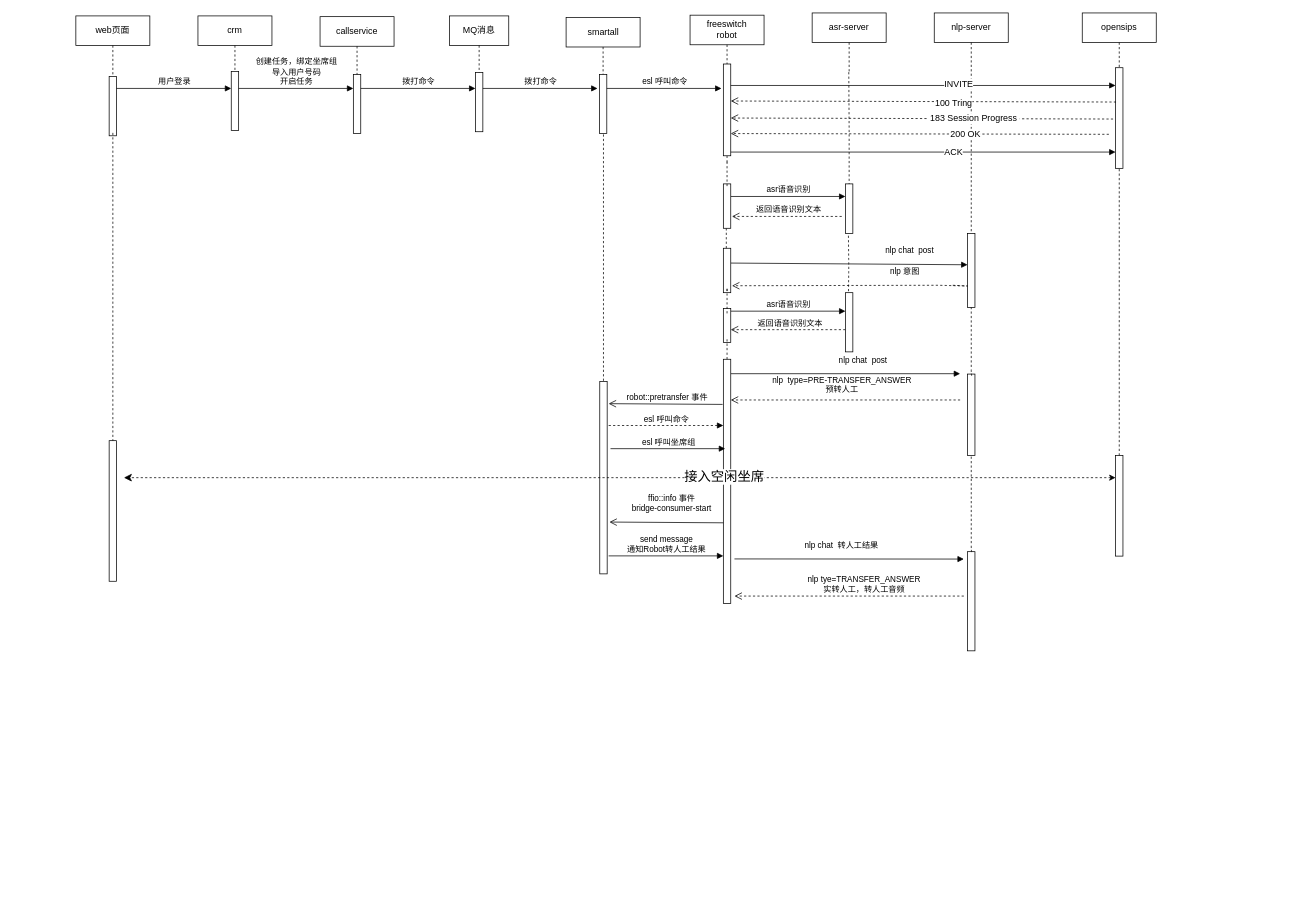
Earlier version of the draw.io diagram Untitled Diagram.drawio (shfguan/mygit). Source tidied: cells renumbered, new cells numbered last; positions are measured from the earlier drawing's top-left corner, leaving out a move shared by most shapes. Both pictures are drawn from the tidied source at 74%, with x=0, y=0 at pixel (75, 13).
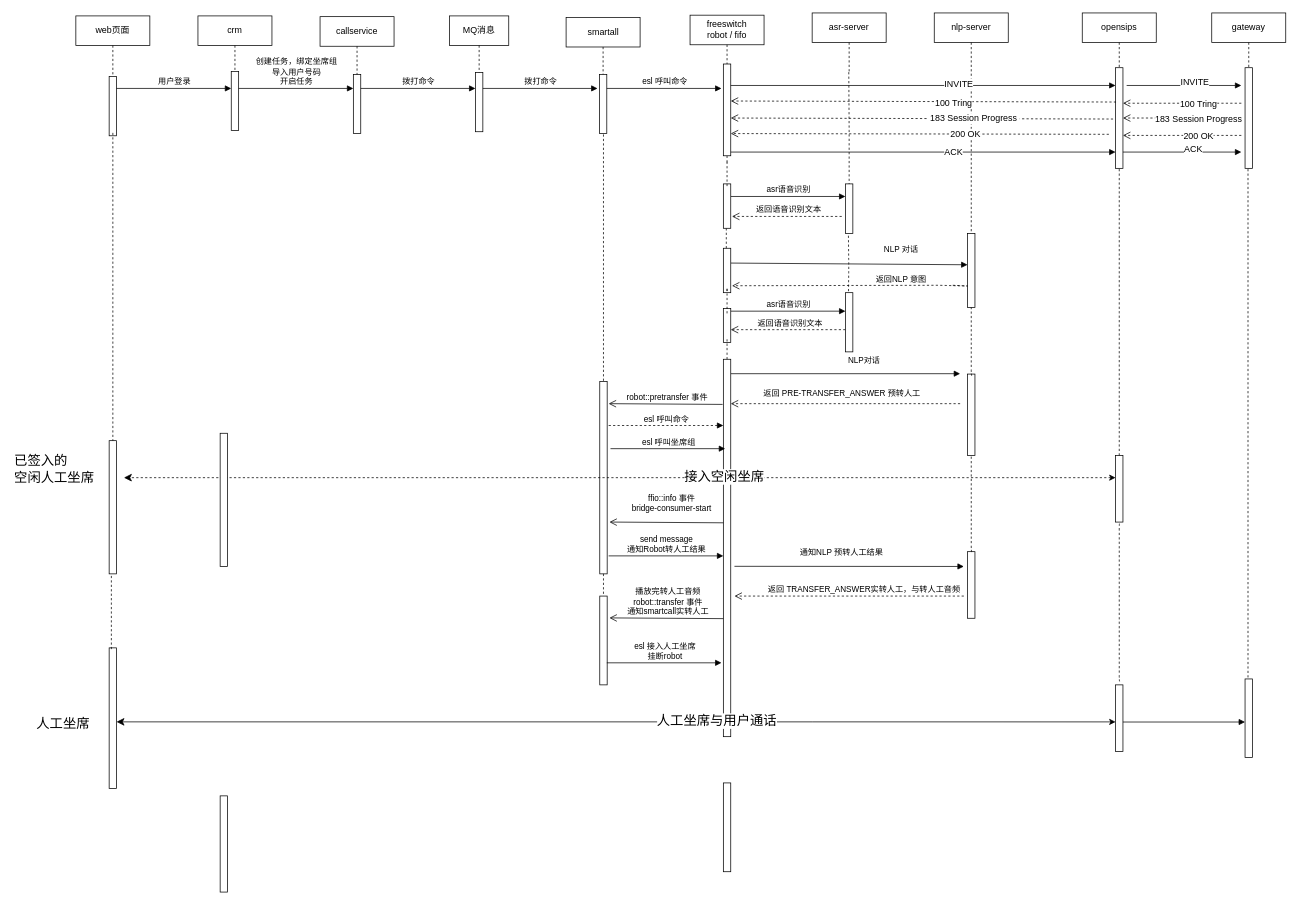
After the change.

The change refers to these unchanged cells:
```xml
<mxCell id="24" style="html=1;points=[];perimeter=orthogonalPerimeter;" parent="1" vertex="1">
  <mxGeometry x="1205" y="298" width="10" height="100" as="geometry" />
</mxCell>
<mxCell id="37" style="html=1;points=[];perimeter=orthogonalPerimeter;" parent="1" vertex="1">
  <mxGeometry x="875" y="318" width="10" height="60" as="geometry" />
</mxCell>
```

The edit, as a diff of the source:
```diff
@@
-    <mxCell id="3" value="freeswitch&lt;br&gt;robot&lt;br&gt;" style="shape=umlLifeline;perimeter=lifelinePerimeter;whiteSpace=wrap;html=1;" parent="1" vertex="1">
+    <mxCell id="3" value="freeswitch&lt;br&gt;robot / fifo&lt;br&gt;" style="shape=umlLifeline;perimeter=lifelinePerimeter;whiteSpace=wrap;html=1;" parent="1" vertex="1">
       <mxGeometry x="830" y="3" width="100" height="201" as="geometry" />
     </mxCell>
@@
-    <mxCell id="16" value="用户登录" style="html=1;verticalAlign=bottom;endArrow=block;" parent="1" edge="1">
+    <mxCell id="16" value="用户登录&lt;br&gt;" style="html=1;verticalAlign=bottom;endArrow=block;" parent="1" edge="1">
       <mxGeometry relative="1" as="geometry">
         <mxPoint x="55" y="102" as="sourcePoint" />
         <mxPoint x="210" y="102" as="targetPoint" />
       </mxGeometry>
     </mxCell>
@@
-    <mxCell id="29" value="nlp chat &amp;nbsp;post&amp;nbsp;" style="html=1;verticalAlign=bottom;endArrow=block;entryX=0;entryY=0.423;entryDx=0;entryDy=0;entryPerimeter=0;" parent="1" edge="1" target="24">
-      <mxGeometry x="0.52" y="10" relative="1" as="geometry">
+    <mxCell id="29" value="NLP 对话" style="html=1;verticalAlign=bottom;endArrow=block;entryX=0;entryY=0.423;entryDx=0;entryDy=0;entryPerimeter=0;" parent="1" edge="1" target="24">
+      <mxGeometry x="0.44" y="11" relative="1" as="geometry">
         <mxPoint x="885" y="338" as="sourcePoint" />
       </mxGeometry>
     </mxCell>
-    <mxCell id="30" value="nlp 意图" style="html=1;verticalAlign=bottom;endArrow=open;endSize=8;rounded=0;dashed=1;entryX=1.167;entryY=0.844;entryDx=0;entryDy=0;entryPerimeter=0;" parent="1" edge="1" target="37">
-      <mxGeometry x="-0.38" y="-10" relative="1" as="geometry">
+    <mxCell id="30" value="返回NLP 意图" style="html=1;verticalAlign=bottom;endArrow=open;endSize=8;rounded=0;dashed=1;entryX=1.167;entryY=0.844;entryDx=0;entryDy=0;entryPerimeter=0;" parent="1" edge="1" target="37">
+      <mxGeometry x="-0.35" y="1" relative="1" as="geometry">
         <mxPoint x="1185" y="368" as="sourcePoint" />
         <Array as="points">
           <mxPoint x="1205" y="369" />
           <mxPoint x="1165" y="368" />
         </Array>
       </mxGeometry>
     </mxCell>
@@
-    <mxCell id="33" value="nlp chat &amp;nbsp;post&amp;nbsp;" style="html=1;verticalAlign=bottom;endArrow=block;" parent="1" edge="1">
+    <mxCell id="33" value="NLP对话" style="html=1;verticalAlign=bottom;endArrow=block;" parent="1" edge="1">
       <mxGeometry x="0.16" y="10" relative="1" as="geometry">
         <mxPoint x="885" y="487.5" as="sourcePoint" />
         <mxPoint x="1195" y="487.5" as="targetPoint" />
       </mxGeometry>
     </mxCell>
@@
     <mxCell id="41" style="html=1;points=[];perimeter=orthogonalPerimeter;" parent="1" vertex="1">
-      <mxGeometry x="875" y="468" width="10" height="330" as="geometry" />
+      <mxGeometry x="875" y="468" width="10" height="510" as="geometry" />
     </mxCell>
@@
-    <mxCell id="43" value="nlp &amp;nbsp;type=PRE-TRANSFER_ANSWER&lt;br&gt;预转人工&lt;br&gt;" style="html=1;verticalAlign=bottom;endArrow=open;endSize=8;rounded=0;dashed=1;" parent="1" edge="1">
+    <mxCell id="43" value="返回 PRE-TRANSFER_ANSWER 预转人工&lt;br&gt;" style="html=1;verticalAlign=bottom;endArrow=open;endSize=8;rounded=0;dashed=1;" parent="1" edge="1">
       <mxGeometry x="0.03" y="-5" relative="1" as="geometry">
-        <mxPoint x="1195" y="523" as="sourcePoint" />
-        <mxPoint x="885" y="523" as="targetPoint" />
+        <mxPoint x="1195" y="528" as="sourcePoint" />
+        <mxPoint x="885" y="528" as="targetPoint" />
       </mxGeometry>
     </mxCell>
     <mxCell id="44" style="html=1;points=[];perimeter=orthogonalPerimeter;" parent="1" vertex="1">
-      <mxGeometry x="45" y="578" width="10" height="190" as="geometry" />
+      <mxGeometry x="45" y="578" width="10" height="180" as="geometry" />
     </mxCell>
@@
     <mxCell id="63" style="html=1;points=[];perimeter=orthogonalPerimeter;" parent="1" vertex="1">
-      <mxGeometry x="1405" y="598" width="10" height="136" as="geometry" />
+      <mxGeometry x="1405" y="598" width="10" height="90" as="geometry" />
     </mxCell>
@@
     <mxCell id="69" style="html=1;perimeter=orthogonalPerimeter;" parent="1" vertex="1">
-      <mxGeometry x="1205" y="728" width="10" height="134" as="geometry" />
+      <mxGeometry x="1205" y="728" width="10" height="90" as="geometry" />
     </mxCell>
@@
-    <mxCell id="71" value="nlp chat &amp;nbsp;转人工结果&amp;nbsp;" style="html=1;verticalAlign=bottom;endArrow=block;" parent="1" edge="1">
+    <mxCell id="71" value="通知NLP 预转人工结果&amp;nbsp;" style="html=1;verticalAlign=bottom;endArrow=block;" parent="1" edge="1">
       <mxGeometry x="-0.06" y="10" relative="1" as="geometry">
-        <mxPoint x="890" y="737.8" as="sourcePoint" />
-        <mxPoint x="1200" y="738" as="targetPoint" />
+        <mxPoint x="890" y="747.8" as="sourcePoint" />
+        <mxPoint x="1200" y="748" as="targetPoint" />
       </mxGeometry>
     </mxCell>
-    <mxCell id="72" value="nlp tye=&lt;span&gt;TRANSFER_ANSWER&lt;br&gt;实转人工，转人工音频&lt;br&gt;&lt;/span&gt;" style="html=1;verticalAlign=bottom;endArrow=open;endSize=8;rounded=0;dashed=1;" parent="1" edge="1">
+    <mxCell id="72" value="&lt;span&gt;返回 TRANSFER_ANSWER实转人工，与转人工音频&lt;br&gt;&lt;/span&gt;" style="html=1;verticalAlign=bottom;endArrow=open;endSize=8;rounded=0;dashed=1;" parent="1" edge="1">
       <mxGeometry x="-0.13" relative="1" as="geometry">
         <mxPoint x="1200" y="788" as="sourcePoint" />
         <mxPoint x="890" y="788" as="targetPoint" />
       </mxGeometry>
     </mxCell>
+    <mxCell id="73" value="播放完转人工音频&lt;br&gt;robot::transfer 事件&lt;br&gt;通知smartcall实转人工&lt;br&gt;" style="html=1;verticalAlign=bottom;endArrow=open;endSize=8;rounded=0;entryX=1.3;entryY=0.69;entryDx=0;entryDy=0;entryPerimeter=0;" parent="1" edge="1">
+      <mxGeometry x="-0.03" relative="1" as="geometry">
+        <mxPoint x="875" y="818.5" as="sourcePoint" />
+        <mxPoint x="721" y="817.5" as="targetPoint" />
+      </mxGeometry>
+    </mxCell>
+    <mxCell id="74" style="html=1;perimeter=orthogonalPerimeter;" parent="1" vertex="1">
+      <mxGeometry x="708" y="788" width="10" height="120" as="geometry" />
+    </mxCell>
+    <mxCell id="75" value="esl 接入人工坐席&lt;br&gt;挂断robot&lt;br&gt;" style="html=1;verticalAlign=bottom;endArrow=block;" parent="1" edge="1">
+      <mxGeometry relative="1" as="geometry">
+        <mxPoint x="717.5" y="878.2" as="sourcePoint" />
+        <mxPoint x="872.5" y="878.2" as="targetPoint" />
+      </mxGeometry>
+    </mxCell>
+    <mxCell id="76" style="html=1;points=[];perimeter=orthogonalPerimeter;" parent="1" vertex="1">
+      <mxGeometry x="45" y="858" width="10" height="190" as="geometry" />
+    </mxCell>
+    <mxCell id="77" style="edgeStyle=orthogonalEdgeStyle;rounded=1;jumpSize=6;orthogonalLoop=1;jettySize=auto;html=1;shadow=0;dashed=1;startArrow=none;startFill=0;endArrow=none;endFill=0;strokeWidth=1;" parent="1" edge="1">
+      <mxGeometry relative="1" as="geometry">
+        <mxPoint x="713" y="785" as="sourcePoint" />
+        <mxPoint x="713" y="758" as="targetPoint" />
+      </mxGeometry>
+    </mxCell>
+    <mxCell id="78" style="edgeStyle=orthogonalEdgeStyle;rounded=1;jumpSize=6;jettySize=auto;html=1;shadow=0;dashed=1;startArrow=none;startFill=0;endArrow=none;endFill=0;strokeWidth=1;entryX=0.3;entryY=1.015;entryDx=0;entryDy=0;entryPerimeter=0;exitX=0.3;exitY=0.009;exitDx=0;exitDy=0;exitPerimeter=0;" parent="1" edge="1" source="76" target="44">
+      <mxGeometry relative="1" as="geometry" />
+    </mxCell>
+    <mxCell id="79" style="html=1;verticalAlign=bottom;endArrow=classic;endSize=8;rounded=0;endFill=1;startArrow=classic;startFill=1;exitX=0;exitY=0.556;exitDx=0;exitDy=0;exitPerimeter=0;" parent="1" edge="1" source="81">
+      <mxGeometry x="-0.65" y="-5" relative="1" as="geometry">
+        <mxPoint x="55" y="958" as="targetPoint" />
+        <Array as="points">
+          <mxPoint x="995" y="958" />
+          <mxPoint x="55" y="958" />
+        </Array>
+      </mxGeometry>
+    </mxCell>
+    <mxCell id="80" value="&lt;font style=&quot;font-size: 18px&quot;&gt;人工坐席与用户通话&lt;/font&gt;" style="text;html=1;align=center;verticalAlign=middle;labelBackgroundColor=#ffffff;" parent="79" vertex="1">
+      <mxGeometry x="1" y="810" relative="1" as="geometry">
+        <mxPoint x="810" y="-2" as="offset" />
+      </mxGeometry>
+    </mxCell>
+    <mxCell id="81" style="html=1;points=[];perimeter=orthogonalPerimeter;" parent="1" vertex="1">
+      <mxGeometry x="1405" y="908" width="10" height="90" as="geometry" />
+    </mxCell>
+    <mxCell id="82" style="edgeStyle=orthogonalEdgeStyle;rounded=1;jumpSize=6;jettySize=auto;html=1;shadow=0;dashed=1;startArrow=none;startFill=0;endArrow=none;endFill=0;strokeWidth=1;exitX=0.6;exitY=0.017;exitDx=0;exitDy=0;exitPerimeter=0;entryX=0.667;entryY=1.007;entryDx=0;entryDy=0;entryPerimeter=0;" parent="1" edge="1" target="63">
+      <mxGeometry relative="1" as="geometry">
+        <mxPoint x="1411" y="903" as="sourcePoint" />
+        <Array as="points">
+          <mxPoint x="1410" y="903" />
+          <mxPoint x="1410" y="689" />
+        </Array>
+      </mxGeometry>
+    </mxCell>
+    <mxCell id="83" value="gateway" style="shape=umlLifeline;perimeter=lifelinePerimeter;whiteSpace=wrap;html=1;" parent="1" vertex="1">
+      <mxGeometry x="1535" width="100" height="210" as="geometry" />
+    </mxCell>
+    <mxCell id="84" style="html=1;perimeter=orthogonalPerimeter;" parent="83" vertex="1">
+      <mxGeometry x="45" y="74" width="10" height="136" as="geometry" />
+    </mxCell>
+    <mxCell id="85" style="html=1;verticalAlign=bottom;endArrow=block;" parent="1" edge="1">
+      <mxGeometry relative="1" as="geometry">
+        <mxPoint x="1420" y="98" as="sourcePoint" />
+        <mxPoint x="1575" y="98" as="targetPoint" />
+      </mxGeometry>
+    </mxCell>
+    <mxCell id="86" value="INVITE" style="text;html=1;align=center;verticalAlign=middle;labelBackgroundColor=#ffffff;" parent="85" vertex="1">
+      <mxGeometry x="0.18" y="5" relative="1" as="geometry" />
+    </mxCell>
+    <mxCell id="87" style="html=1;verticalAlign=bottom;endArrow=open;dashed=1;endSize=8;rounded=0;entryX=1.167;entryY=0.733;entryDx=0;entryDy=0;entryPerimeter=0;" parent="1" edge="1">
+      <mxGeometry x="-0.03" relative="1" as="geometry">
+        <mxPoint x="1575" y="122" as="sourcePoint" />
+        <mxPoint x="1415" y="122" as="targetPoint" />
+      </mxGeometry>
+    </mxCell>
+    <mxCell id="88" value="100 Tring" style="text;html=1;align=center;verticalAlign=middle;labelBackgroundColor=#ffffff;" parent="87" vertex="1">
+      <mxGeometry x="-0.26" y="1" relative="1" as="geometry" />
+    </mxCell>
+    <mxCell id="89" style="html=1;verticalAlign=bottom;endArrow=open;dashed=1;endSize=8;rounded=0;entryX=1.167;entryY=0.733;entryDx=0;entryDy=0;entryPerimeter=0;" parent="1" edge="1">
+      <mxGeometry x="-0.03" relative="1" as="geometry">
+        <mxPoint x="1575" y="142" as="sourcePoint" />
+        <mxPoint x="1415" y="142" as="targetPoint" />
+      </mxGeometry>
+    </mxCell>
+    <mxCell id="90" value="183 Session Progress" style="text;html=1;align=center;verticalAlign=middle;labelBackgroundColor=#ffffff;" parent="89" vertex="1">
+      <mxGeometry x="-0.26" y="1" relative="1" as="geometry" />
+    </mxCell>
+    <mxCell id="91" style="html=1;verticalAlign=bottom;endArrow=open;dashed=1;endSize=8;rounded=0;entryX=1.167;entryY=0.733;entryDx=0;entryDy=0;entryPerimeter=0;" parent="1" edge="1">
+      <mxGeometry x="-0.03" relative="1" as="geometry">
+        <mxPoint x="1575" y="165.5" as="sourcePoint" />
+        <mxPoint x="1415" y="165.5" as="targetPoint" />
+      </mxGeometry>
+    </mxCell>
+    <mxCell id="92" value="200 OK" style="text;html=1;align=center;verticalAlign=middle;labelBackgroundColor=#ffffff;" parent="91" vertex="1">
+      <mxGeometry x="-0.26" y="1" relative="1" as="geometry" />
+    </mxCell>
+    <mxCell id="93" style="html=1;verticalAlign=bottom;endArrow=block;" parent="1" edge="1">
+      <mxGeometry relative="1" as="geometry">
+        <mxPoint x="1415" y="188" as="sourcePoint" />
+        <mxPoint x="1575" y="188" as="targetPoint" />
+      </mxGeometry>
+    </mxCell>
+    <mxCell id="94" value="ACK" style="text;html=1;align=center;verticalAlign=middle;labelBackgroundColor=#ffffff;" parent="93" vertex="1">
+      <mxGeometry x="0.18" y="5" relative="1" as="geometry" />
+    </mxCell>
+    <mxCell id="95" style="html=1;points=[];perimeter=orthogonalPerimeter;" parent="1" vertex="1">
+      <mxGeometry x="1580" y="900" width="10" height="106" as="geometry" />
+    </mxCell>
+    <mxCell id="96" style="edgeStyle=orthogonalEdgeStyle;rounded=0;jumpSize=6;jettySize=auto;html=1;shadow=0;dashed=1;startArrow=none;startFill=0;endArrow=none;endFill=0;strokeWidth=1;exitX=0.4;exitY=-0.019;exitDx=0;exitDy=0;exitPerimeter=0;" parent="1" edge="1" source="95">
+      <mxGeometry relative="1" as="geometry">
+        <mxPoint x="1584" y="210" as="targetPoint" />
+      </mxGeometry>
+    </mxCell>
+    <mxCell id="97" style="html=1;verticalAlign=bottom;endArrow=block;" parent="1" edge="1" source="81">
+      <mxGeometry relative="1" as="geometry">
+        <mxPoint x="1580" y="958.2" as="targetPoint" />
+      </mxGeometry>
+    </mxCell>
+    <mxCell id="98" value="&lt;font style=&quot;font-size: 18px&quot;&gt;已签入的&lt;br&gt;空闲人工坐席&lt;/font&gt;" style="text;html=1;align=left;verticalAlign=top;spacingTop=-4;" parent="1" vertex="1">
+      <mxGeometry x="-85" y="593" width="130" height="30" as="geometry" />
+    </mxCell>
+    <mxCell id="99" value="&lt;font style=&quot;font-size: 18px&quot;&gt;人工坐席&lt;/font&gt;" style="text;html=1;align=left;verticalAlign=top;spacingTop=-4;" parent="1" vertex="1">
+      <mxGeometry x="-55" y="948" width="90" height="10" as="geometry" />
+    </mxCell>
+    <mxCell id="100" style="html=1;perimeter=orthogonalPerimeter;" parent="1" vertex="1">
+      <mxGeometry x="195" y="568" width="10" height="180" as="geometry" />
+    </mxCell>
+    <mxCell id="101" style="html=1;perimeter=orthogonalPerimeter;" parent="1" vertex="1">
+      <mxGeometry x="195" y="1058" width="10" height="130" as="geometry" />
+    </mxCell>
+    <mxCell id="102" style="html=1;perimeter=orthogonalPerimeter;" parent="1" vertex="1">
+      <mxGeometry x="875" y="1040.5" width="10" height="120" as="geometry" />
+    </mxCell>
```
